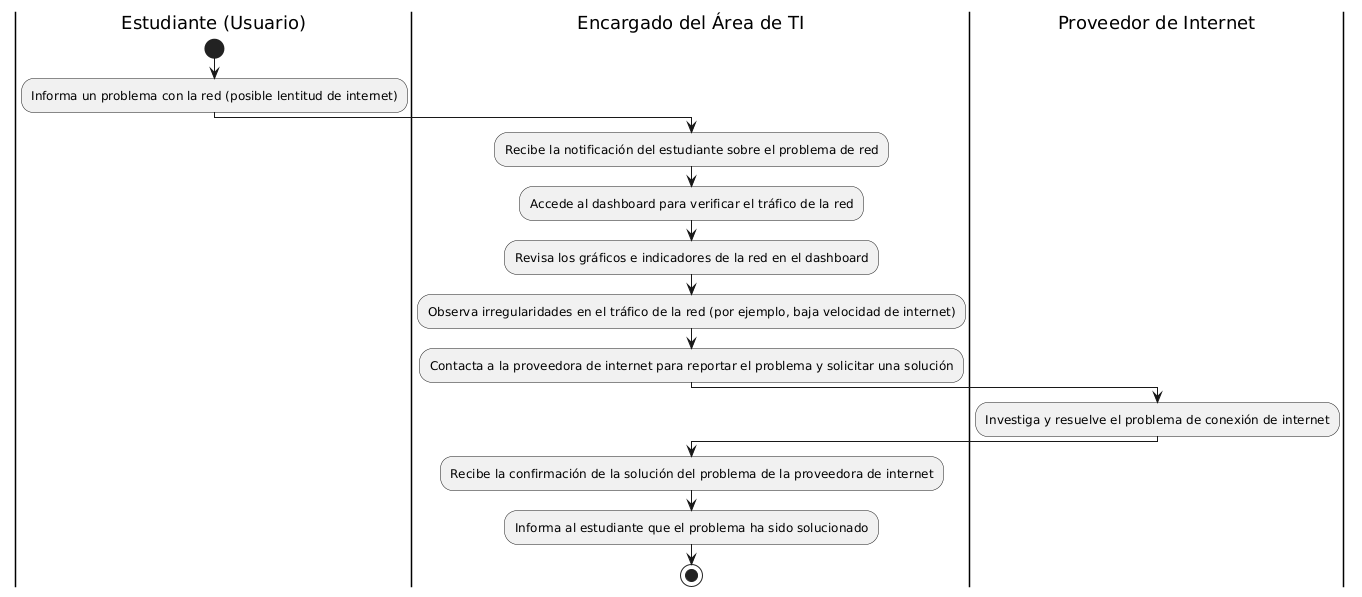
Before: media/diagrama_propuesto.png, a diagram exported from PlantUML (UPT-FAING-EPIS/si885_2024-ii-proyecto_si885_2024-ii_u2-proyecto-formatos-01). Source of this version:
```plantuml
@startuml
|Estudiante (Usuario)|
start
:Informa un problema con la red (posible lentitud de internet);

|Encargado del Área de TI|
:Recibe la notificación del estudiante sobre el problema de red;

|Encargado del Área de TI|
:Accede al dashboard para verificar el tráfico de la red;
:Revisa los gráficos e indicadores de la red en el dashboard;

|Encargado del Área de TI|
:Observa irregularidades en el tráfico de la red (por ejemplo, baja velocidad de internet);

|Encargado del Área de TI|
:Contacta a la proveedora de internet para reportar el problema y solicitar una solución;

|Proveedor de Internet|
:Investiga y resuelve el problema de conexión de internet;

|Encargado del Área de TI|
:Recibe la confirmación de la solución del problema de la proveedora de internet;
:Informa al estudiante que el problema ha sido solucionado;

stop
@enduml
```
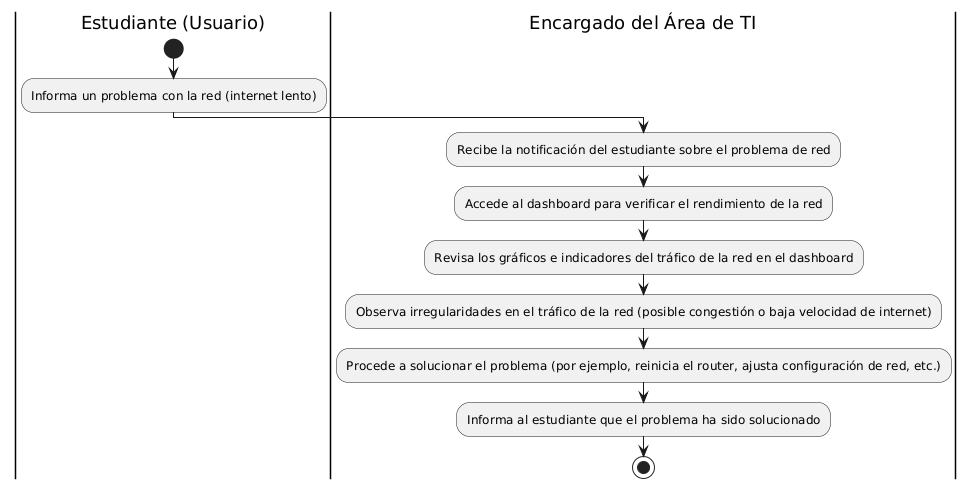
Later version of the same file.

Change to the diagram source:
```diff
@@ -1,26 +1,22 @@
 @startuml
 |Estudiante (Usuario)|
 start
-:Informa un problema con la red (posible lentitud de internet);
+:Informa un problema con la red (internet lento);
 
 |Encargado del Área de TI|
 :Recibe la notificación del estudiante sobre el problema de red;
 
 |Encargado del Área de TI|
-:Accede al dashboard para verificar el tráfico de la red;
-:Revisa los gráficos e indicadores de la red en el dashboard;
+:Accede al dashboard para verificar el rendimiento de la red;
+:Revisa los gráficos e indicadores del tráfico de la red en el dashboard;
 
 |Encargado del Área de TI|
-:Observa irregularidades en el tráfico de la red (por ejemplo, baja velocidad de internet);
+:Observa irregularidades en el tráfico de la red (posible congestión o baja velocidad de internet);
 
 |Encargado del Área de TI|
-:Contacta a la proveedora de internet para reportar el problema y solicitar una solución;
-
-|Proveedor de Internet|
-:Investiga y resuelve el problema de conexión de internet;
+:Procede a solucionar el problema (por ejemplo, reinicia el router, ajusta configuración de red, etc.);
 
 |Encargado del Área de TI|
-:Recibe la confirmación de la solución del problema de la proveedora de internet;
 :Informa al estudiante que el problema ha sido solucionado;
 
 stop
```
